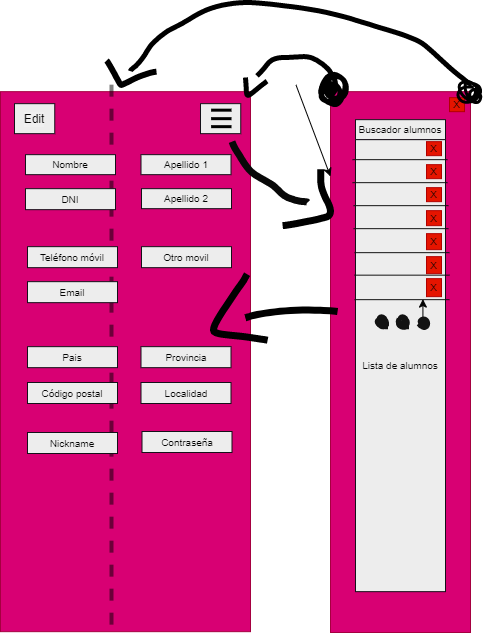
Before: mockup/app.png, a diagram exported from draw.io (OsmanMehmed/Student-Management-App). Source tidied: cells renumbered, new cells last; positions are measured from the earlier drawing's top-left corner, leaving out a move shared by most shapes.
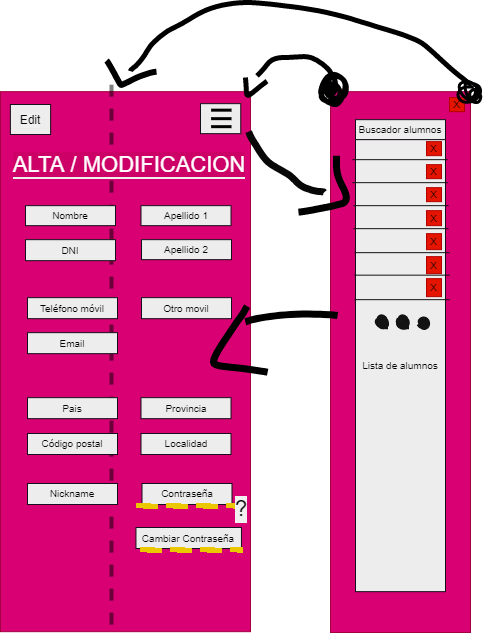
The same file after the commit.

Commit message:
Añadido imagen del mockup inicial

The edit, as a diff of the source:
```diff
@@ -12,13 +12,13 @@
       <mxGeometry x="330" y="89.2" width="140" height="540.8" as="geometry" />
     </mxCell>
     <mxCell id="5" style="shape=(stored shape, 660 characters);fillColor=none;strokeColor=#000000;strokeWidth=7;" parent="1" vertex="1">
-      <mxGeometry x="282.1" y="166.7" width="47.9" height="56.5" as="geometry" />
+      <mxGeometry x="298" y="153.2" width="47.9" height="56.5" as="geometry" />
     </mxCell>
     <mxCell id="6" style="shape=(stored shape, 404 characters);fillColor=none;strokeColor=#000000;strokeWidth=7;" parent="1" vertex="1">
-      <mxGeometry x="244.9" y="307.6" width="92" height="7.7" as="geometry" />
+      <mxGeometry x="244.9" y="311.6" width="92" height="7.7" as="geometry" />
     </mxCell>
     <mxCell id="7" style="shape=(stored shape, 492 characters);fillColor=none;strokeColor=#000000;strokeWidth=7;" parent="1" vertex="1">
-      <mxGeometry x="213" y="271.7" width="54.1" height="66" as="geometry" />
+      <mxGeometry x="213" y="303.7" width="54.1" height="66" as="geometry" />
     </mxCell>
     <mxCell id="8" value="&lt;font color=&quot;#030303&quot;&gt;Buscador alumnos&lt;/font&gt;" style="rounded=0;whiteSpace=wrap;html=1;fontSize=10;strokeColor=#151019;fillColor=#EDEDED;" parent="1" vertex="1">
       <mxGeometry x="355" y="117.2" width="90" height="20" as="geometry" />
@@ -30,7 +30,7 @@
       <mxGeometry x="449" y="95.2" width="15" height="14" as="geometry" />
     </mxCell>
     <mxCell id="11" style="shape=(stored shape, 764 characters);fillColor=none;labelBackgroundColor=#F0F0F0;fontColor=#030303;strokeColor=#080808;strokeWidth=7;" parent="1" vertex="1">
-      <mxGeometry x="231.5" y="139.2" width="75.5" height="60.8" as="geometry" />
+      <mxGeometry x="248.1" y="129.2" width="75.5" height="60.8" as="geometry" />
     </mxCell>
     <mxCell id="12" style="line;strokeWidth=1;html=1;perimeter=backbonePerimeter;labelBackgroundColor=#F0F0F0;fontColor=#030303;fillColor=#000000;gradientColor=#1F1F1F;strokeColor=#121212;" parent="1" vertex="1">
       <mxGeometry x="352" y="152.2" width="95" height="10" as="geometry" />
@@ -56,9 +56,6 @@
     <mxCell id="19" style="shape=(stored shape, 488 characters);fillColor=none;labelBackgroundColor=#F0F0F0;fontColor=#030303;strokeColor=#121212;strokeWidth=4;" parent="1" vertex="1">
       <mxGeometry x="377.8" y="318.4" width="8.8" height="6.4" as="geometry" />
     </mxCell>
-    <mxCell id="20" style="edgeStyle=none;html=1;fontColor=#030303;" parent="1" edge="1" source="21" target="18">
-      <mxGeometry relative="1" as="geometry" />
-    </mxCell>
     <mxCell id="21" style="shape=(stored shape, 440 characters);fillColor=none;labelBackgroundColor=#F0F0F0;fontColor=#030303;strokeColor=#121212;strokeWidth=7;" parent="1" vertex="1">
       <mxGeometry x="418.7" y="317.6" width="7.4" height="6.3" as="geometry" />
     </mxCell>
@@ -105,7 +102,7 @@
       <mxGeometry x="106" y="82.2" width="10" height="551" as="geometry" />
     </mxCell>
     <mxCell id="36" value="&lt;font color=&quot;#030303&quot;&gt;Nombre&lt;/font&gt;" style="rounded=0;whiteSpace=wrap;html=1;fontSize=10;strokeColor=#151019;fillColor=#EDEDED;" parent="1" vertex="1">
-      <mxGeometry x="25" y="152.2" width="90" height="20" as="geometry" />
+      <mxGeometry x="25" y="203.2" width="90" height="20" as="geometry" />
     </mxCell>
     <mxCell id="37" style="shape=(stored shape, 1300 characters);fillColor=none;labelBackgroundColor=#F0F0F0;fontColor=#030303;strokeColor=#000000;strokeWidth=5;" parent="1" vertex="1">
       <mxGeometry x="130" width="341.3" height="81.3" as="geometry" />
@@ -113,11 +110,6 @@
     <mxCell id="38" style="shape=(stored shape, 420 characters);fillColor=none;labelBackgroundColor=#F0F0F0;fontColor=#030303;strokeColor=#000000;strokeWidth=6;" parent="1" vertex="1">
       <mxGeometry x="106" y="58.2" width="50" height="24.2" as="geometry" />
     </mxCell>
-    <mxCell id="39" style="edgeStyle=none;html=1;fontColor=#030303;" parent="1" edge="1" target="4">
-      <mxGeometry relative="1" as="geometry">
-        <mxPoint x="295.5" y="82.4" as="sourcePoint" />
-      </mxGeometry>
-    </mxCell>
     <mxCell id="40" style="shape=(stored shape, 392 characters);fillColor=none;labelBackgroundColor=#F0F0F0;fontColor=#030303;strokeColor=#000000;strokeWidth=5;" parent="1" vertex="1">
       <mxGeometry x="244.9" y="75" width="21.6" height="17.8" as="geometry" />
     </mxCell>
@@ -128,46 +120,61 @@
       <mxGeometry x="457.4" y="78.9" width="22.8" height="21.1" as="geometry" />
     </mxCell>
     <mxCell id="43" value="&lt;font color=&quot;#030303&quot;&gt;Apellido 1&lt;/font&gt;" style="rounded=0;whiteSpace=wrap;html=1;fontSize=10;strokeColor=#151019;fillColor=#EDEDED;" parent="1" vertex="1">
-      <mxGeometry x="140.5" y="152.2" width="90" height="20" as="geometry" />
+      <mxGeometry x="140.5" y="203.2" width="90" height="20" as="geometry" />
     </mxCell>
     <mxCell id="44" value="&lt;font color=&quot;#030303&quot;&gt;Apellido 2&lt;/font&gt;" style="rounded=0;whiteSpace=wrap;html=1;fontSize=10;strokeColor=#151019;fillColor=#EDEDED;" parent="1" vertex="1">
-      <mxGeometry x="141" y="186.2" width="90" height="20" as="geometry" />
+      <mxGeometry x="141" y="237.2" width="90" height="20" as="geometry" />
     </mxCell>
     <mxCell id="45" value="&lt;font color=&quot;#030303&quot;&gt;Email&lt;/font&gt;" style="rounded=0;whiteSpace=wrap;html=1;fontSize=10;strokeColor=#151019;fillColor=#EDEDED;" parent="1" vertex="1">
-      <mxGeometry x="27" y="279.2" width="90" height="21" as="geometry" />
+      <mxGeometry x="27" y="330.2" width="90" height="21" as="geometry" />
     </mxCell>
     <mxCell id="46" value="&lt;font color=&quot;#030303&quot;&gt;DNI&lt;/font&gt;" style="rounded=0;whiteSpace=wrap;html=1;fontSize=10;strokeColor=#151019;fillColor=#EDEDED;" parent="1" vertex="1">
-      <mxGeometry x="25" y="186.2" width="90" height="21" as="geometry" />
+      <mxGeometry x="25" y="237.2" width="90" height="21" as="geometry" />
     </mxCell>
     <mxCell id="47" value="&lt;font color=&quot;#030303&quot;&gt;Teléfono móvil&lt;/font&gt;" style="rounded=0;whiteSpace=wrap;html=1;fontSize=10;strokeColor=#151019;fillColor=#EDEDED;" parent="1" vertex="1">
-      <mxGeometry x="27" y="244.2" width="90" height="21" as="geometry" />
+      <mxGeometry x="27" y="295.2" width="90" height="21" as="geometry" />
     </mxCell>
     <mxCell id="48" value="&lt;font color=&quot;#030303&quot;&gt;Otro movil&lt;/font&gt;" style="rounded=0;whiteSpace=wrap;html=1;fontSize=10;strokeColor=#151019;fillColor=#EDEDED;" parent="1" vertex="1">
-      <mxGeometry x="141" y="244.2" width="90" height="21" as="geometry" />
+      <mxGeometry x="141" y="295.2" width="90" height="21" as="geometry" />
     </mxCell>
     <mxCell id="49" value="&lt;font color=&quot;#030303&quot;&gt;Pais&lt;/font&gt;" style="rounded=0;whiteSpace=wrap;html=1;fontSize=10;strokeColor=#151019;fillColor=#EDEDED;" parent="1" vertex="1">
-      <mxGeometry x="27" y="344.2" width="90" height="21" as="geometry" />
+      <mxGeometry x="27" y="395.2" width="90" height="21" as="geometry" />
     </mxCell>
     <mxCell id="50" value="&lt;font color=&quot;#030303&quot;&gt;Provincia&lt;/font&gt;" style="rounded=0;whiteSpace=wrap;html=1;fontSize=10;strokeColor=#151019;fillColor=#EDEDED;" parent="1" vertex="1">
-      <mxGeometry x="140.5" y="344.2" width="90" height="21" as="geometry" />
+      <mxGeometry x="140.5" y="395.2" width="90" height="21" as="geometry" />
     </mxCell>
     <mxCell id="51" value="&lt;font color=&quot;#030303&quot;&gt;Código postal&lt;/font&gt;" style="rounded=0;whiteSpace=wrap;html=1;fontSize=10;strokeColor=#151019;fillColor=#EDEDED;" parent="1" vertex="1">
-      <mxGeometry x="27" y="380" width="90" height="21" as="geometry" />
+      <mxGeometry x="27" y="431" width="90" height="21" as="geometry" />
     </mxCell>
     <mxCell id="52" value="&lt;font color=&quot;#030303&quot;&gt;Localidad&lt;/font&gt;" style="rounded=0;whiteSpace=wrap;html=1;fontSize=10;strokeColor=#151019;fillColor=#EDEDED;" parent="1" vertex="1">
-      <mxGeometry x="140.5" y="380" width="90" height="21" as="geometry" />
+      <mxGeometry x="140.5" y="431" width="90" height="21" as="geometry" />
     </mxCell>
     <mxCell id="53" value="&lt;font color=&quot;#030303&quot;&gt;Nickname&lt;/font&gt;" style="rounded=0;whiteSpace=wrap;html=1;fontSize=10;strokeColor=#151019;fillColor=#EDEDED;" parent="1" vertex="1">
-      <mxGeometry x="27" y="430" width="90" height="21" as="geometry" />
+      <mxGeometry x="27" y="481" width="90" height="21" as="geometry" />
     </mxCell>
     <mxCell id="54" value="&lt;font color=&quot;#030303&quot;&gt;Contraseña&lt;/font&gt;" style="rounded=0;whiteSpace=wrap;html=1;fontSize=10;strokeColor=#151019;fillColor=#EDEDED;" parent="1" vertex="1">
-      <mxGeometry x="141.5" y="429" width="90" height="21" as="geometry" />
+      <mxGeometry x="141.5" y="481" width="90" height="21" as="geometry" />
     </mxCell>
     <mxCell id="55" style="rounded=0;whiteSpace=wrap;html=1;fontSize=10;strokeColor=#151019;fillColor=#EDEDED;" parent="1" vertex="1">
-      <mxGeometry x="14" y="101.2" width="40.2" height="30" as="geometry" />
+      <mxGeometry x="9.9" y="102" width="40.2" height="30" as="geometry" />
     </mxCell>
     <mxCell id="56" value="Edit" style="text;html=1;strokeColor=none;fillColor=none;align=center;verticalAlign=middle;whiteSpace=wrap;rounded=0;dashed=1;labelBackgroundColor=#F0F0F0;fontColor=#030303;opacity=50;" parent="1" vertex="1">
-      <mxGeometry x="4.1" y="102.1" width="60" height="30" as="geometry" />
+      <mxGeometry y="103" width="60" height="30" as="geometry" />
     </mxCell>
+    <mxCell id="57" style="rounded=0;whiteSpace=wrap;html=1;dashed=1;labelBackgroundColor=#F0F0F0;fontColor=#000000;strokeColor=#EBC700;strokeWidth=5;fillColor=none;" parent="1" vertex="1">
+      <mxGeometry x="135.4" y="503" width="100.5" height="1" as="geometry" />
+    </mxCell>
+    <mxCell id="58" value="&lt;font color=&quot;#030303&quot;&gt;Cambiar Contraseña&lt;/font&gt;" style="rounded=0;whiteSpace=wrap;html=1;fontSize=10;strokeColor=#151019;fillColor=#EDEDED;" parent="1" vertex="1">
+      <mxGeometry x="135.4" y="525" width="105.5" height="21" as="geometry" />
+    </mxCell>
+    <mxCell id="59" value="&lt;font style=&quot;font-size: 22px&quot;&gt;?&lt;/font&gt;" style="text;html=1;strokeColor=none;fillColor=none;align=center;verticalAlign=middle;whiteSpace=wrap;rounded=0;dashed=1;labelBackgroundColor=#F0F0F0;fontColor=#030303;" parent="1" vertex="1">
+      <mxGeometry x="210.6" y="492" width="60" height="30" as="geometry" />
+    </mxCell>
+    <mxCell id="60" style="rounded=0;whiteSpace=wrap;html=1;dashed=1;labelBackgroundColor=#F0F0F0;fontColor=#000000;strokeColor=#EBC700;strokeWidth=5;fillColor=none;" parent="1" vertex="1">
+      <mxGeometry x="139.4" y="547" width="100.5" height="1" as="geometry" />
+    </mxCell>
+    <mxCell id="61" value="&lt;span style=&quot;background-color: rgb(204 , 0 , 102)&quot;&gt;ALTA / MODIFICACION&lt;/span&gt;" style="text;html=1;strokeColor=#3700CC;fillColor=none;align=center;verticalAlign=middle;whiteSpace=wrap;rounded=0;dashed=1;labelBackgroundColor=#F0F0F0;fontSize=22;fontColor=#ffffff;opacity=0;" parent="1" vertex="1">
+      <mxGeometry x="9.9" y="162.2" width="238.2" as="geometry" />
+    </mxCell>
   </root>
 </mxGraphModel>
```
